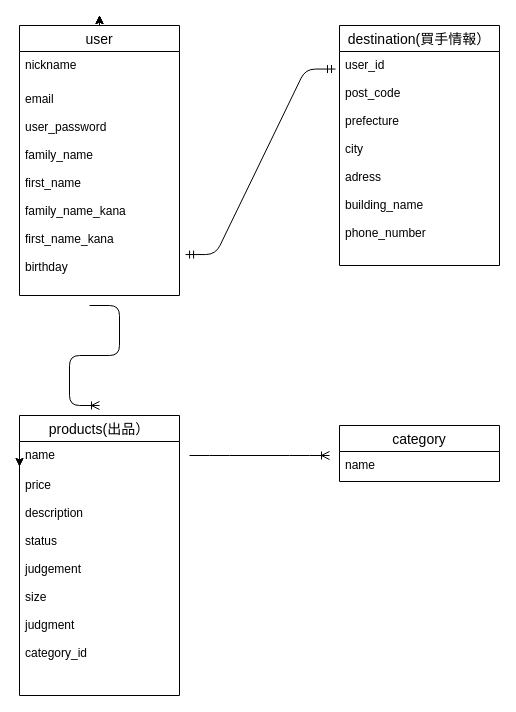
kitou44/furima-30571 keeps this draw.io diagram as page "ページ1" (1 of 3) of test.dio. Above is the earlier version. Source tidied: cells renumbered, new cells numbered last; positions are measured from the earlier drawing's top-left corner, leaving out a move shared by most shapes. Both pictures are drawn from the tidied source at 100%, with x=0, y=0 at pixel (19, 15).
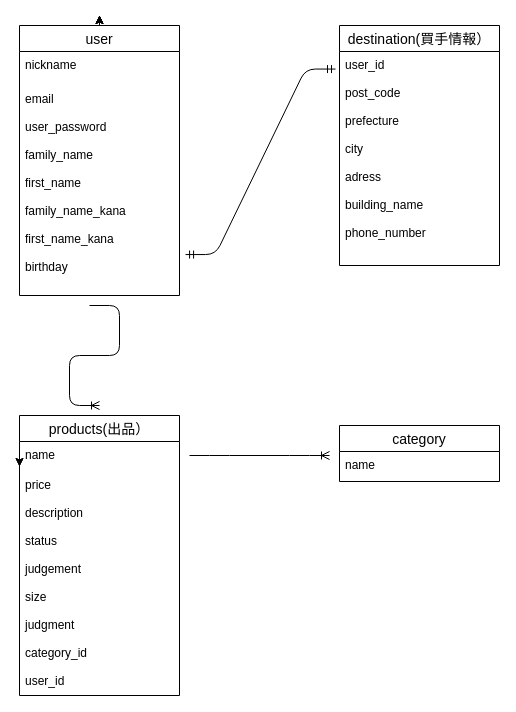
The same diagram, later.

The change refers to these unchanged cells:
```xml
<mxCell id="10" value="products(出品）" style="swimlane;fontStyle=0;horizontal=1;startSize=26;align=center;fontSize=14;rounded=0;sketch=0;" parent="1" vertex="1">
  <mxGeometry y="400" width="160" height="280" as="geometry" />
</mxCell>
```

Diff of the diagram source:
```diff
@@
-    <mxCell id="12" value="price&#10;&#10;description&#10;&#10;status&#10;&#10;judgement&#10;&#10;size&#10;&#10;judgment&#10;&#10;category_id&#10;" style="text;strokeColor=none;fillColor=none;spacingLeft=4;spacingRight=4;overflow=hidden;fontSize=12;" parent="10" vertex="1">
+    <mxCell id="12" value="price&#10;&#10;description&#10;&#10;status&#10;&#10;judgement&#10;&#10;size&#10;&#10;judgment&#10;&#10;category_id&#10;&#10;user_id&#10;" style="text;strokeColor=none;fillColor=none;spacingLeft=4;spacingRight=4;overflow=hidden;fontSize=12;" parent="10" vertex="1">
       <mxGeometry y="56" width="160" height="224" as="geometry" />
     </mxCell>
```
